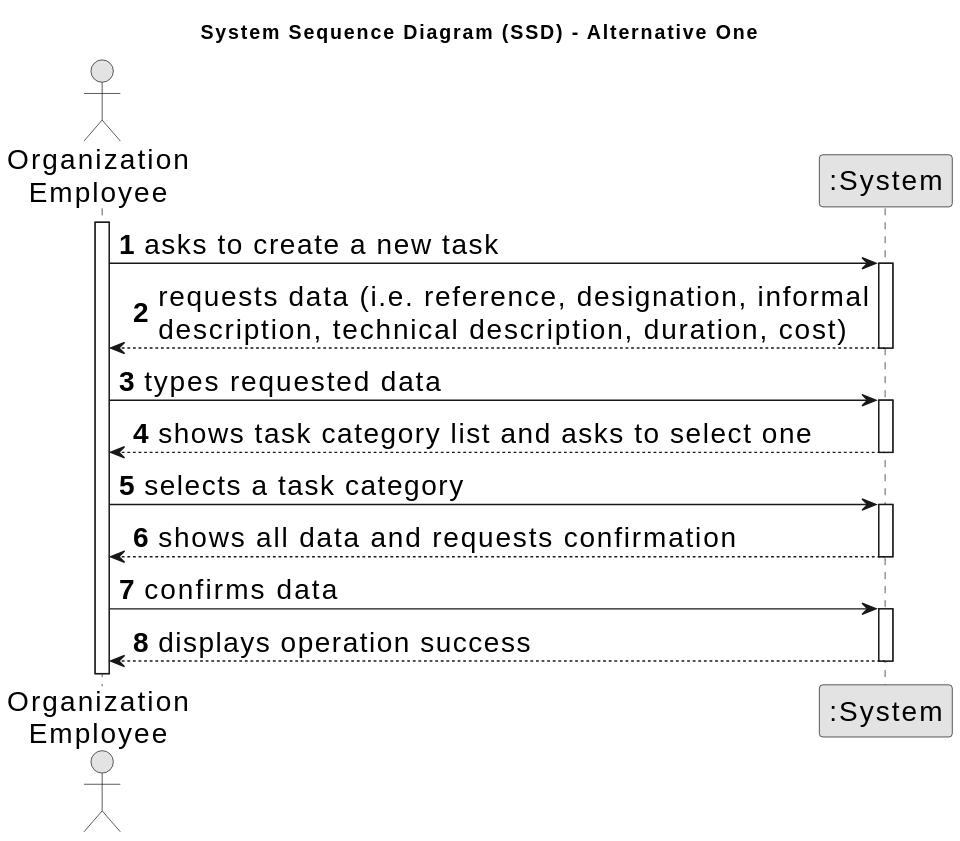
Before: docs/sprintA/us006/01.requirements-engineering/svg/us006-system-sequence-diagram-alternative-one.svg, a diagram exported from PlantUML (SAEmanuel/Green_Spaces_Management_ISEP). Its diagram source:
```plantuml
@startuml
skinparamlocked defaultFontSize 20
skinparam monochrome true
skinparam packageStyle rectangle
skinparam shadowing false

title System Sequence Diagram (SSD) - Alternative One

autonumber

actor "Organization\nEmployee" as Employee
participant ":System" as System

activate Employee

    Employee -> System : asks to create a new task
    activate System

        System --> Employee : requests data (i.e. reference, designation, informal\ndescription, technical description, duration, cost)
    deactivate System

    Employee -> System : types requested data
    activate System

        System --> Employee : shows task category list and asks to select one
    deactivate System

    Employee -> System : selects a task category
    activate System

        System --> Employee : shows all data and requests confirmation
    deactivate System

    Employee -> System : confirms data
    activate System

        System --> Employee : displays operation success
    deactivate System
@enduml
```
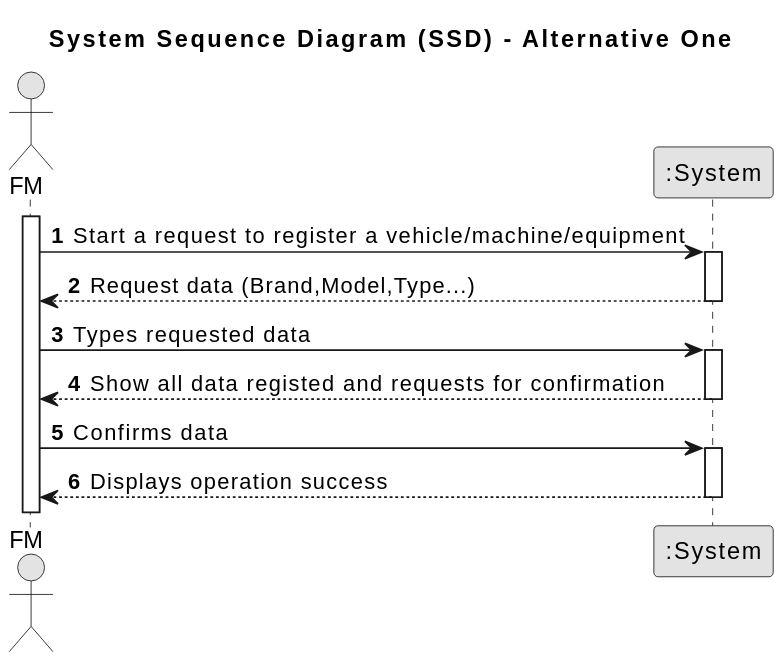
The same file after the commit.

What changed in the source:
```diff
@@ -1,5 +1,4 @@
 @startuml
-skinparamlocked defaultFontSize 20
 skinparam monochrome true
 skinparam packageStyle rectangle
 skinparam shadowing false
@@ -8,32 +7,26 @@
 
 autonumber
 
-actor "Organization\nEmployee" as Employee
+actor "FM" as Employee
 participant ":System" as System
 
 activate Employee
 
-    Employee -> System : asks to create a new task
+    Employee -> System : Start a request to register a vehicle/machine/equipment
     activate System
 
-        System --> Employee : requests data (i.e. reference, designation, informal\ndescription, technical description, duration, cost)
+        System --> Employee : Request data (Brand,Model,Type...)
     deactivate System
 
-    Employee -> System : types requested data
+    Employee -> System : Types requested data
     activate System
 
-        System --> Employee : shows task category list and asks to select one
+        System --> Employee : Show all data registed and requests for confirmation
     deactivate System
 
-    Employee -> System : selects a task category
+    Employee -> System : Confirms data
     activate System
 
-        System --> Employee : shows all data and requests confirmation
-    deactivate System
-
-    Employee -> System : confirms data
-    activate System
-
-        System --> Employee : displays operation success
+        System --> Employee : Displays operation success
     deactivate System
 @enduml
```
